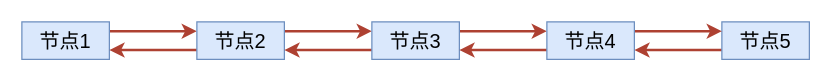
szy0syz/draw.io keeps this draw.io diagram as double-linked-list-0.drawio. Above is the earlier version. Source tidied: cells renumbered, new cells numbered last; positions are measured from the earlier drawing's top-left corner, leaving out a move shared by most shapes. Both pictures are drawn from the tidied source at 125%, with x=0, y=0 at pixel (21, 21).
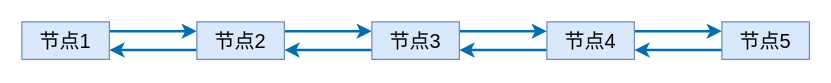
The same diagram, later.

What changed in the source:
```diff
@@
 <mxGraphModel>
   <root>
     <mxCell id="0" />
     <mxCell id="1" parent="0" />
-    <mxCell id="2" style="edgeStyle=orthogonalEdgeStyle;rounded=0;jettySize=auto;html=1;exitX=1;exitY=0.25;exitDx=0;exitDy=0;entryX=0;entryY=0.25;entryDx=0;entryDy=0;strokeWidth=2;fillColor=#fad9d5;strokeColor=#ae4132;" parent="1" edge="1" source="3" target="6">
+    <mxCell id="2" style="edgeStyle=orthogonalEdgeStyle;rounded=0;jettySize=auto;html=1;exitX=1;exitY=0.25;exitDx=0;exitDy=0;entryX=0;entryY=0.25;entryDx=0;entryDy=0;strokeWidth=2;fillColor=#1ba1e2;strokeColor=#006EAF;" parent="1" edge="1" source="3" target="6">
       <mxGeometry relative="1" as="geometry" />
     </mxCell>
     <mxCell id="3" value="&lt;font style=&quot;font-size: 16px&quot;&gt;节点1&lt;/font&gt;" style="rounded=0;whiteSpace=wrap;html=1;fillColor=#dae8fc;strokeColor=#6c8ebf;" parent="1" vertex="1">
       <mxGeometry width="70" height="30" as="geometry" />
     </mxCell>
-    <mxCell id="4" style="edgeStyle=orthogonalEdgeStyle;rounded=0;jettySize=auto;html=1;exitX=0;exitY=0.75;exitDx=0;exitDy=0;entryX=1;entryY=0.75;entryDx=0;entryDy=0;strokeWidth=2;fillColor=#fad9d5;strokeColor=#ae4132;" parent="1" edge="1" source="6" target="3">
+    <mxCell id="4" style="edgeStyle=orthogonalEdgeStyle;rounded=0;jettySize=auto;html=1;exitX=0;exitY=0.75;exitDx=0;exitDy=0;entryX=1;entryY=0.75;entryDx=0;entryDy=0;strokeWidth=2;fillColor=#1ba1e2;strokeColor=#006EAF;" parent="1" edge="1" source="6" target="3">
       <mxGeometry relative="1" as="geometry" />
     </mxCell>
-    <mxCell id="5" style="edgeStyle=orthogonalEdgeStyle;rounded=0;jettySize=auto;html=1;exitX=1;exitY=0.25;exitDx=0;exitDy=0;entryX=0;entryY=0.25;entryDx=0;entryDy=0;strokeWidth=2;fillColor=#fad9d5;strokeColor=#ae4132;" parent="1" edge="1" source="6" target="9">
+    <mxCell id="5" style="edgeStyle=orthogonalEdgeStyle;rounded=0;jettySize=auto;html=1;exitX=1;exitY=0.25;exitDx=0;exitDy=0;entryX=0;entryY=0.25;entryDx=0;entryDy=0;strokeWidth=2;fillColor=#1ba1e2;strokeColor=#006EAF;" parent="1" edge="1" source="6" target="9">
       <mxGeometry relative="1" as="geometry" />
     </mxCell>
     <mxCell id="6" value="&lt;font style=&quot;font-size: 16px&quot;&gt;节点2&lt;/font&gt;" style="rounded=0;whiteSpace=wrap;html=1;fillColor=#dae8fc;strokeColor=#6c8ebf;" parent="1" vertex="1">
       <mxGeometry x="140" width="70" height="30" as="geometry" />
     </mxCell>
-    <mxCell id="7" style="edgeStyle=orthogonalEdgeStyle;rounded=0;jettySize=auto;html=1;exitX=0;exitY=0.75;exitDx=0;exitDy=0;entryX=1;entryY=0.75;entryDx=0;entryDy=0;strokeWidth=2;fillColor=#fad9d5;strokeColor=#ae4132;" parent="1" edge="1" source="9" target="6">
+    <mxCell id="7" style="edgeStyle=orthogonalEdgeStyle;rounded=0;jettySize=auto;html=1;exitX=0;exitY=0.75;exitDx=0;exitDy=0;entryX=1;entryY=0.75;entryDx=0;entryDy=0;strokeWidth=2;fillColor=#1ba1e2;strokeColor=#006EAF;" parent="1" edge="1" source="9" target="6">
       <mxGeometry relative="1" as="geometry" />
     </mxCell>
-    <mxCell id="8" style="edgeStyle=orthogonalEdgeStyle;rounded=0;jettySize=auto;html=1;exitX=1;exitY=0.25;exitDx=0;exitDy=0;entryX=0;entryY=0.25;entryDx=0;entryDy=0;strokeWidth=2;fillColor=#fad9d5;strokeColor=#ae4132;" parent="1" edge="1" source="9" target="14">
+    <mxCell id="8" style="edgeStyle=orthogonalEdgeStyle;rounded=0;jettySize=auto;html=1;exitX=1;exitY=0.25;exitDx=0;exitDy=0;entryX=0;entryY=0.25;entryDx=0;entryDy=0;strokeWidth=2;fillColor=#1ba1e2;strokeColor=#006EAF;" parent="1" edge="1" source="9" target="14">
       <mxGeometry relative="1" as="geometry" />
     </mxCell>
     <mxCell id="9" value="&lt;font style=&quot;font-size: 16px&quot;&gt;节点3&lt;/font&gt;" style="rounded=0;whiteSpace=wrap;html=1;fillColor=#dae8fc;strokeColor=#6c8ebf;" parent="1" vertex="1">
       <mxGeometry x="280" width="70" height="30" as="geometry" />
     </mxCell>
-    <mxCell id="10" style="edgeStyle=orthogonalEdgeStyle;rounded=0;jettySize=auto;html=1;exitX=0;exitY=0.75;exitDx=0;exitDy=0;entryX=1;entryY=0.75;entryDx=0;entryDy=0;strokeWidth=2;fillColor=#fad9d5;strokeColor=#ae4132;" parent="1" edge="1" source="11" target="14">
+    <mxCell id="10" style="edgeStyle=orthogonalEdgeStyle;rounded=0;jettySize=auto;html=1;exitX=0;exitY=0.75;exitDx=0;exitDy=0;entryX=1;entryY=0.75;entryDx=0;entryDy=0;strokeWidth=2;fillColor=#1ba1e2;strokeColor=#006EAF;" parent="1" edge="1" source="11" target="14">
       <mxGeometry relative="1" as="geometry" />
     </mxCell>
     <mxCell id="11" value="&lt;font style=&quot;font-size: 16px&quot;&gt;节点5&lt;/font&gt;" style="rounded=0;whiteSpace=wrap;html=1;fillColor=#dae8fc;strokeColor=#6c8ebf;" parent="1" vertex="1">
       <mxGeometry x="560" width="70" height="30" as="geometry" />
     </mxCell>
-    <mxCell id="12" style="edgeStyle=orthogonalEdgeStyle;rounded=0;jettySize=auto;html=1;exitX=0;exitY=0.75;exitDx=0;exitDy=0;entryX=1;entryY=0.75;entryDx=0;entryDy=0;strokeWidth=2;fillColor=#fad9d5;strokeColor=#ae4132;" parent="1" edge="1" source="14" target="9">
+    <mxCell id="12" style="edgeStyle=orthogonalEdgeStyle;rounded=0;jettySize=auto;html=1;exitX=0;exitY=0.75;exitDx=0;exitDy=0;entryX=1;entryY=0.75;entryDx=0;entryDy=0;strokeWidth=2;fillColor=#1ba1e2;strokeColor=#006EAF;" parent="1" edge="1" source="14" target="9">
       <mxGeometry relative="1" as="geometry" />
     </mxCell>
-    <mxCell id="13" style="edgeStyle=orthogonalEdgeStyle;rounded=0;jettySize=auto;html=1;exitX=1;exitY=0.25;exitDx=0;exitDy=0;entryX=0;entryY=0.25;entryDx=0;entryDy=0;strokeWidth=2;fillColor=#fad9d5;strokeColor=#ae4132;" parent="1" edge="1" source="14" target="11">
+    <mxCell id="13" style="edgeStyle=orthogonalEdgeStyle;rounded=0;jettySize=auto;html=1;exitX=1;exitY=0.25;exitDx=0;exitDy=0;entryX=0;entryY=0.25;entryDx=0;entryDy=0;strokeWidth=2;fillColor=#1ba1e2;strokeColor=#006EAF;" parent="1" edge="1" source="14" target="11">
       <mxGeometry relative="1" as="geometry" />
     </mxCell>
     <mxCell id="14" value="&lt;font style=&quot;font-size: 16px&quot;&gt;节点4&lt;/font&gt;" style="rounded=0;whiteSpace=wrap;html=1;fillColor=#dae8fc;strokeColor=#6c8ebf;" parent="1" vertex="1">
       <mxGeometry x="420" width="70" height="30" as="geometry" />
     </mxCell>
   </root>
 </mxGraphModel>
```
